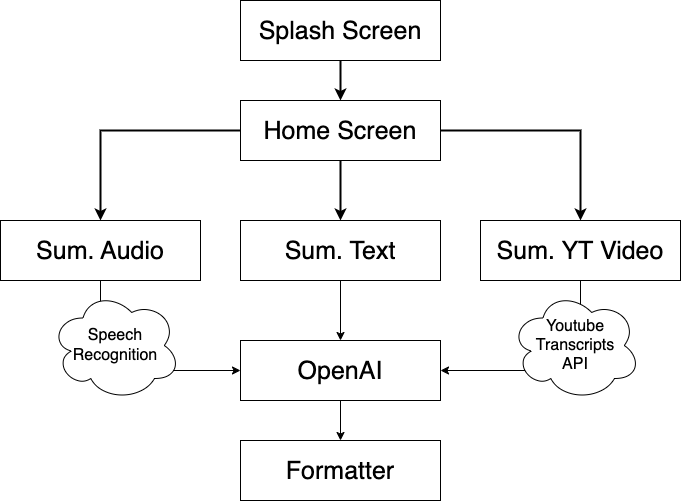
AbhigyanBafna/Synopsize keeps this draw.io diagram as media/Synopsize_Architecture.png. Above is the earlier version. Source tidied: cells renumbered, new cells last; positions are measured from the earlier drawing's top-left corner, leaving out a move shared by most shapes. The source it was exported from:
```xml
<mxGraphModel>
  <root>
    <mxCell id="0" />
    <mxCell id="1" parent="0" />
    <mxCell id="2" style="edgeStyle=orthogonalEdgeStyle;rounded=0;jettySize=auto;html=1;strokeWidth=2;" parent="1" edge="1" source="3" target="7">
      <mxGeometry relative="1" as="geometry" />
    </mxCell>
    <mxCell id="3" value="&lt;font style=&quot;font-size: 25px;&quot;&gt;Splash Screen&lt;/font&gt;" style="rounded=0;whiteSpace=wrap;html=1;" parent="1" vertex="1">
      <mxGeometry x="240" width="200" height="60" as="geometry" />
    </mxCell>
    <mxCell id="4" style="edgeStyle=orthogonalEdgeStyle;rounded=0;jettySize=auto;html=1;strokeWidth=2;" parent="1" edge="1" source="7" target="11">
      <mxGeometry relative="1" as="geometry" />
    </mxCell>
    <mxCell id="5" style="edgeStyle=orthogonalEdgeStyle;rounded=0;jettySize=auto;html=1;exitX=0;exitY=0.5;exitDx=0;exitDy=0;entryX=0.5;entryY=0;entryDx=0;entryDy=0;strokeWidth=2;" parent="1" edge="1" source="7" target="9">
      <mxGeometry relative="1" as="geometry" />
    </mxCell>
    <mxCell id="6" style="edgeStyle=orthogonalEdgeStyle;rounded=0;jettySize=auto;html=1;exitX=1;exitY=0.5;exitDx=0;exitDy=0;entryX=0.5;entryY=0;entryDx=0;entryDy=0;strokeWidth=2;" parent="1" edge="1" source="7" target="13">
      <mxGeometry relative="1" as="geometry" />
    </mxCell>
    <mxCell id="7" value="&lt;font style=&quot;font-size: 25px;&quot;&gt;Home Screen&lt;/font&gt;" style="rounded=0;whiteSpace=wrap;html=1;" parent="1" vertex="1">
      <mxGeometry x="240" y="100" width="200" height="60" as="geometry" />
    </mxCell>
    <mxCell id="8" style="edgeStyle=orthogonalEdgeStyle;rounded=0;jettySize=auto;html=1;exitX=0.5;exitY=1;exitDx=0;exitDy=0;entryX=0;entryY=0.5;entryDx=0;entryDy=0;" parent="1" edge="1" source="9" target="15">
      <mxGeometry relative="1" as="geometry" />
    </mxCell>
    <mxCell id="9" value="&lt;font style=&quot;font-size: 25px;&quot;&gt;Sum. Audio&lt;/font&gt;" style="rounded=0;whiteSpace=wrap;html=1;" parent="1" vertex="1">
      <mxGeometry y="220" width="200" height="60" as="geometry" />
    </mxCell>
    <mxCell id="10" style="edgeStyle=orthogonalEdgeStyle;rounded=0;jettySize=auto;html=1;exitX=0.5;exitY=1;exitDx=0;exitDy=0;" parent="1" edge="1" source="11" target="15">
      <mxGeometry relative="1" as="geometry" />
    </mxCell>
    <mxCell id="11" value="&lt;font style=&quot;font-size: 25px;&quot;&gt;Sum. Text&lt;/font&gt;" style="rounded=0;whiteSpace=wrap;html=1;" parent="1" vertex="1">
      <mxGeometry x="240" y="220" width="200" height="60" as="geometry" />
    </mxCell>
    <mxCell id="12" style="edgeStyle=orthogonalEdgeStyle;rounded=0;jettySize=auto;html=1;exitX=0.5;exitY=1;exitDx=0;exitDy=0;entryX=1;entryY=0.5;entryDx=0;entryDy=0;" parent="1" edge="1" source="13" target="15">
      <mxGeometry relative="1" as="geometry" />
    </mxCell>
    <mxCell id="13" value="&lt;font style=&quot;font-size: 25px;&quot;&gt;Sum. YT Video&lt;/font&gt;" style="rounded=0;whiteSpace=wrap;html=1;" parent="1" vertex="1">
      <mxGeometry x="480" y="220" width="200" height="60" as="geometry" />
    </mxCell>
    <mxCell id="14" style="edgeStyle=orthogonalEdgeStyle;rounded=0;jettySize=auto;html=1;exitX=0.5;exitY=1;exitDx=0;exitDy=0;entryX=0.5;entryY=0;entryDx=0;entryDy=0;" parent="1" edge="1" source="15" target="16">
      <mxGeometry relative="1" as="geometry" />
    </mxCell>
    <mxCell id="15" value="&lt;font style=&quot;font-size: 25px;&quot;&gt;OpenAI&lt;/font&gt;" style="rounded=0;whiteSpace=wrap;html=1;" parent="1" vertex="1">
      <mxGeometry x="240" y="340" width="200" height="60" as="geometry" />
    </mxCell>
    <mxCell id="16" value="&lt;font style=&quot;font-size: 25px;&quot;&gt;Formatter&lt;/font&gt;" style="rounded=0;whiteSpace=wrap;html=1;" parent="1" vertex="1">
      <mxGeometry x="240" y="440" width="200" height="60" as="geometry" />
    </mxCell>
    <mxCell id="17" value="&lt;font style=&quot;font-size: 16px;&quot;&gt;Speech&lt;br&gt;Recognition&lt;/font&gt;" style="ellipse;shape=cloud;whiteSpace=wrap;html=1;" parent="1" vertex="1">
      <mxGeometry x="50" y="290" width="130" height="110" as="geometry" />
    </mxCell>
    <mxCell id="18" value="&lt;span style=&quot;font-size: 16px;&quot;&gt;Youtube Transcripts &lt;br&gt;API&lt;/span&gt;" style="ellipse;shape=cloud;whiteSpace=wrap;html=1;" parent="1" vertex="1">
      <mxGeometry x="510" y="290" width="130" height="110" as="geometry" />
    </mxCell>
  </root>
</mxGraphModel>
```
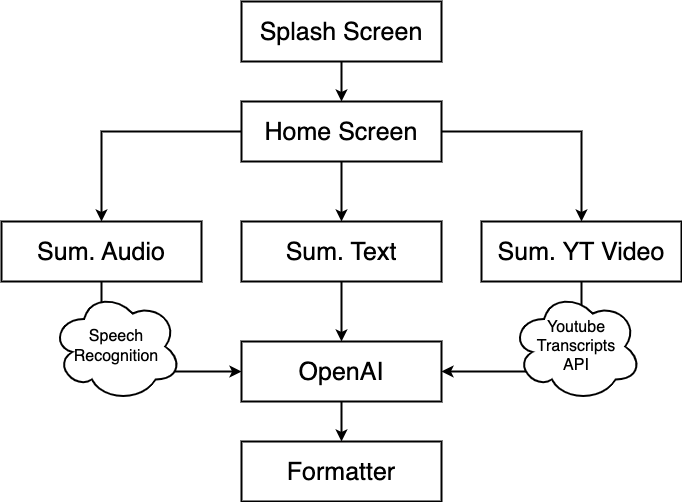
The same diagram one commit later.

The edit, as a diff of the source:
```diff
@@ -5,7 +5,7 @@
     <mxCell id="2" style="edgeStyle=orthogonalEdgeStyle;rounded=0;jettySize=auto;html=1;strokeWidth=2;" parent="1" edge="1" source="3" target="7">
       <mxGeometry relative="1" as="geometry" />
     </mxCell>
-    <mxCell id="3" value="&lt;font style=&quot;font-size: 25px;&quot;&gt;Splash Screen&lt;/font&gt;" style="rounded=0;whiteSpace=wrap;html=1;" parent="1" vertex="1">
+    <mxCell id="3" value="&lt;font style=&quot;font-size: 25px;&quot;&gt;Splash Screen&lt;/font&gt;" style="rounded=0;whiteSpace=wrap;html=1;strokeWidth=2;" parent="1" vertex="1">
       <mxGeometry x="240" width="200" height="60" as="geometry" />
     </mxCell>
     <mxCell id="4" style="edgeStyle=orthogonalEdgeStyle;rounded=0;jettySize=auto;html=1;strokeWidth=2;" parent="1" edge="1" source="7" target="11">
@@ -17,40 +17,40 @@
     <mxCell id="6" style="edgeStyle=orthogonalEdgeStyle;rounded=0;jettySize=auto;html=1;exitX=1;exitY=0.5;exitDx=0;exitDy=0;entryX=0.5;entryY=0;entryDx=0;entryDy=0;strokeWidth=2;" parent="1" edge="1" source="7" target="13">
       <mxGeometry relative="1" as="geometry" />
     </mxCell>
-    <mxCell id="7" value="&lt;font style=&quot;font-size: 25px;&quot;&gt;Home Screen&lt;/font&gt;" style="rounded=0;whiteSpace=wrap;html=1;" parent="1" vertex="1">
+    <mxCell id="7" value="&lt;font style=&quot;font-size: 25px;&quot;&gt;Home Screen&lt;/font&gt;" style="rounded=0;whiteSpace=wrap;html=1;strokeWidth=2;" parent="1" vertex="1">
       <mxGeometry x="240" y="100" width="200" height="60" as="geometry" />
     </mxCell>
-    <mxCell id="8" style="edgeStyle=orthogonalEdgeStyle;rounded=0;jettySize=auto;html=1;exitX=0.5;exitY=1;exitDx=0;exitDy=0;entryX=0;entryY=0.5;entryDx=0;entryDy=0;" parent="1" edge="1" source="9" target="15">
+    <mxCell id="8" style="edgeStyle=orthogonalEdgeStyle;rounded=0;jettySize=auto;html=1;exitX=0.5;exitY=1;exitDx=0;exitDy=0;entryX=0;entryY=0.5;entryDx=0;entryDy=0;strokeWidth=2;" parent="1" edge="1" source="9" target="15">
       <mxGeometry relative="1" as="geometry" />
     </mxCell>
-    <mxCell id="9" value="&lt;font style=&quot;font-size: 25px;&quot;&gt;Sum. Audio&lt;/font&gt;" style="rounded=0;whiteSpace=wrap;html=1;" parent="1" vertex="1">
+    <mxCell id="9" value="&lt;font style=&quot;font-size: 25px;&quot;&gt;Sum. Audio&lt;/font&gt;" style="rounded=0;whiteSpace=wrap;html=1;strokeWidth=2;" parent="1" vertex="1">
       <mxGeometry y="220" width="200" height="60" as="geometry" />
     </mxCell>
-    <mxCell id="10" style="edgeStyle=orthogonalEdgeStyle;rounded=0;jettySize=auto;html=1;exitX=0.5;exitY=1;exitDx=0;exitDy=0;" parent="1" edge="1" source="11" target="15">
+    <mxCell id="10" style="edgeStyle=orthogonalEdgeStyle;rounded=0;jettySize=auto;html=1;exitX=0.5;exitY=1;exitDx=0;exitDy=0;strokeWidth=2;" parent="1" edge="1" source="11" target="15">
       <mxGeometry relative="1" as="geometry" />
     </mxCell>
-    <mxCell id="11" value="&lt;font style=&quot;font-size: 25px;&quot;&gt;Sum. Text&lt;/font&gt;" style="rounded=0;whiteSpace=wrap;html=1;" parent="1" vertex="1">
+    <mxCell id="11" value="&lt;font style=&quot;font-size: 25px;&quot;&gt;Sum. Text&lt;/font&gt;" style="rounded=0;whiteSpace=wrap;html=1;strokeWidth=2;" parent="1" vertex="1">
       <mxGeometry x="240" y="220" width="200" height="60" as="geometry" />
     </mxCell>
-    <mxCell id="12" style="edgeStyle=orthogonalEdgeStyle;rounded=0;jettySize=auto;html=1;exitX=0.5;exitY=1;exitDx=0;exitDy=0;entryX=1;entryY=0.5;entryDx=0;entryDy=0;" parent="1" edge="1" source="13" target="15">
+    <mxCell id="12" style="edgeStyle=orthogonalEdgeStyle;rounded=0;jettySize=auto;html=1;exitX=0.5;exitY=1;exitDx=0;exitDy=0;entryX=1;entryY=0.5;entryDx=0;entryDy=0;strokeWidth=2;" parent="1" edge="1" source="13" target="15">
       <mxGeometry relative="1" as="geometry" />
     </mxCell>
-    <mxCell id="13" value="&lt;font style=&quot;font-size: 25px;&quot;&gt;Sum. YT Video&lt;/font&gt;" style="rounded=0;whiteSpace=wrap;html=1;" parent="1" vertex="1">
+    <mxCell id="13" value="&lt;font style=&quot;font-size: 25px;&quot;&gt;Sum. YT Video&lt;/font&gt;" style="rounded=0;whiteSpace=wrap;html=1;strokeWidth=2;" parent="1" vertex="1">
       <mxGeometry x="480" y="220" width="200" height="60" as="geometry" />
     </mxCell>
-    <mxCell id="14" style="edgeStyle=orthogonalEdgeStyle;rounded=0;jettySize=auto;html=1;exitX=0.5;exitY=1;exitDx=0;exitDy=0;entryX=0.5;entryY=0;entryDx=0;entryDy=0;" parent="1" edge="1" source="15" target="16">
+    <mxCell id="14" style="edgeStyle=orthogonalEdgeStyle;rounded=0;jettySize=auto;html=1;exitX=0.5;exitY=1;exitDx=0;exitDy=0;entryX=0.5;entryY=0;entryDx=0;entryDy=0;strokeWidth=2;" parent="1" edge="1" source="15" target="16">
       <mxGeometry relative="1" as="geometry" />
     </mxCell>
-    <mxCell id="15" value="&lt;font style=&quot;font-size: 25px;&quot;&gt;OpenAI&lt;/font&gt;" style="rounded=0;whiteSpace=wrap;html=1;" parent="1" vertex="1">
+    <mxCell id="15" value="&lt;font style=&quot;font-size: 25px;&quot;&gt;OpenAI&lt;/font&gt;" style="rounded=0;whiteSpace=wrap;html=1;strokeWidth=2;" parent="1" vertex="1">
       <mxGeometry x="240" y="340" width="200" height="60" as="geometry" />
     </mxCell>
-    <mxCell id="16" value="&lt;font style=&quot;font-size: 25px;&quot;&gt;Formatter&lt;/font&gt;" style="rounded=0;whiteSpace=wrap;html=1;" parent="1" vertex="1">
+    <mxCell id="16" value="&lt;font style=&quot;font-size: 25px;&quot;&gt;Formatter&lt;/font&gt;" style="rounded=0;whiteSpace=wrap;html=1;strokeWidth=2;" parent="1" vertex="1">
       <mxGeometry x="240" y="440" width="200" height="60" as="geometry" />
     </mxCell>
-    <mxCell id="17" value="&lt;font style=&quot;font-size: 16px;&quot;&gt;Speech&lt;br&gt;Recognition&lt;/font&gt;" style="ellipse;shape=cloud;whiteSpace=wrap;html=1;" parent="1" vertex="1">
+    <mxCell id="17" value="&lt;font style=&quot;font-size: 16px;&quot;&gt;Speech&lt;br&gt;Recognition&lt;/font&gt;" style="ellipse;shape=cloud;whiteSpace=wrap;html=1;strokeWidth=2;" parent="1" vertex="1">
       <mxGeometry x="50" y="290" width="130" height="110" as="geometry" />
     </mxCell>
-    <mxCell id="18" value="&lt;span style=&quot;font-size: 16px;&quot;&gt;Youtube Transcripts &lt;br&gt;API&lt;/span&gt;" style="ellipse;shape=cloud;whiteSpace=wrap;html=1;" parent="1" vertex="1">
+    <mxCell id="18" value="&lt;span style=&quot;font-size: 16px;&quot;&gt;Youtube Transcripts &lt;br&gt;API&lt;/span&gt;" style="ellipse;shape=cloud;whiteSpace=wrap;html=1;strokeWidth=2;" parent="1" vertex="1">
       <mxGeometry x="510" y="290" width="130" height="110" as="geometry" />
     </mxCell>
   </root>
```
